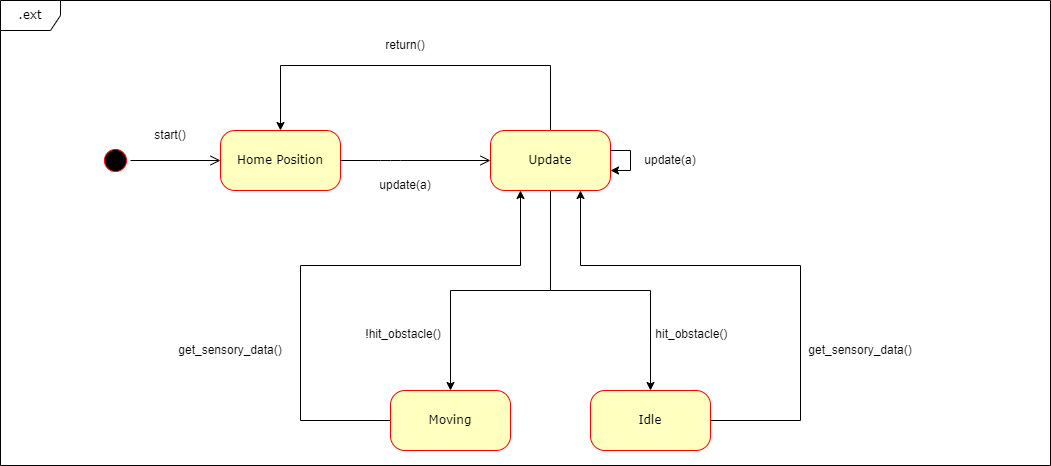
Earlier version of the draw.io export misc/diagrams/external_state_diagram.png (filkata123/RSSTP). Source tidied: cells renumbered, new cells last; positions are measured from the earlier drawing's top-left corner, leaving out a move shared by most shapes. Its diagram source:
```xml
<mxGraphModel>
  <root>
    <mxCell id="0" />
    <mxCell id="1" parent="0" />
    <mxCell id="2" value=".ext" style="shape=umlFrame;whiteSpace=wrap;html=1;rounded=1;shadow=0;comic=0;labelBackgroundColor=none;strokeWidth=1;fontFamily=Verdana;fontSize=12;align=center;" parent="1" vertex="1">
      <mxGeometry width="1050" height="465" as="geometry" />
    </mxCell>
    <mxCell id="3" style="ellipse;html=1;shape=startState;fillColor=#000000;strokeColor=#ff0000;rounded=1;shadow=0;comic=0;labelBackgroundColor=none;fontFamily=Verdana;fontSize=12;fontColor=#000000;align=center;direction=south;" parent="1" vertex="1">
      <mxGeometry x="100" y="145" width="30" height="30" as="geometry" />
    </mxCell>
    <mxCell id="4" value="Home Position" style="rounded=1;whiteSpace=wrap;html=1;arcSize=24;fillColor=#ffffc0;strokeColor=#ff0000;shadow=0;comic=0;labelBackgroundColor=none;fontFamily=Verdana;fontSize=12;fontColor=#000000;align=center;" parent="1" vertex="1">
      <mxGeometry x="220" y="130" width="120" height="60" as="geometry" />
    </mxCell>
    <mxCell id="5" style="edgeStyle=orthogonalEdgeStyle;rounded=0;jettySize=auto;html=1;" parent="1" edge="1" source="8" target="15">
      <mxGeometry relative="1" as="geometry" />
    </mxCell>
    <mxCell id="6" style="edgeStyle=orthogonalEdgeStyle;rounded=0;jettySize=auto;html=1;entryX=0.5;entryY=0;entryDx=0;entryDy=0;" parent="1" edge="1" source="8" target="17">
      <mxGeometry relative="1" as="geometry" />
    </mxCell>
    <mxCell id="7" style="edgeStyle=orthogonalEdgeStyle;rounded=0;jettySize=auto;html=1;exitX=0.5;exitY=0;exitDx=0;exitDy=0;strokeColor=#000000;" parent="1" edge="1" source="8" target="4">
      <mxGeometry relative="1" as="geometry">
        <Array as="points">
          <mxPoint x="550" y="65" />
          <mxPoint x="280" y="65" />
        </Array>
      </mxGeometry>
    </mxCell>
    <mxCell id="8" value="Update" style="rounded=1;whiteSpace=wrap;html=1;arcSize=24;fillColor=#ffffc0;strokeColor=#ff0000;shadow=0;comic=0;labelBackgroundColor=none;fontFamily=Verdana;fontSize=12;fontColor=#000000;align=center;" parent="1" vertex="1">
      <mxGeometry x="490" y="130" width="120" height="60" as="geometry" />
    </mxCell>
    <mxCell id="9" style="edgeStyle=orthogonalEdgeStyle;html=1;labelBackgroundColor=none;endArrow=open;endSize=8;strokeColor=#000000;fontFamily=Verdana;fontSize=12;align=left;" parent="1" edge="1" source="3" target="4">
      <mxGeometry relative="1" as="geometry" />
    </mxCell>
    <mxCell id="10" style="edgeStyle=orthogonalEdgeStyle;html=1;labelBackgroundColor=none;endArrow=open;endSize=8;strokeColor=#000000;fontFamily=Verdana;fontSize=12;align=left;entryX=0;entryY=0.5;entryDx=0;entryDy=0;exitX=1;exitY=0.5;exitDx=0;exitDy=0;" parent="1" edge="1" source="4" target="8">
      <mxGeometry relative="1" as="geometry">
        <Array as="points">
          <mxPoint x="390" y="160" />
          <mxPoint x="390" y="160" />
        </Array>
      </mxGeometry>
    </mxCell>
    <mxCell id="11" value="start()" style="text;html=1;strokeColor=none;fillColor=none;align=center;verticalAlign=middle;whiteSpace=wrap;rounded=0;" parent="1" vertex="1">
      <mxGeometry x="140" y="120" width="60" height="30" as="geometry" />
    </mxCell>
    <mxCell id="12" value="return()" style="text;html=1;strokeColor=none;fillColor=none;align=center;verticalAlign=middle;whiteSpace=wrap;rounded=0;" parent="1" vertex="1">
      <mxGeometry x="375" y="30" width="60" height="30" as="geometry" />
    </mxCell>
    <mxCell id="13" value="get_sensory_data()" style="text;html=1;strokeColor=none;fillColor=none;align=center;verticalAlign=middle;whiteSpace=wrap;rounded=0;" parent="1" vertex="1">
      <mxGeometry x="200" y="335" width="60" height="30" as="geometry" />
    </mxCell>
    <mxCell id="14" style="edgeStyle=orthogonalEdgeStyle;rounded=0;jettySize=auto;html=1;entryX=0.25;entryY=1;entryDx=0;entryDy=0;" parent="1" edge="1" source="15" target="8">
      <mxGeometry relative="1" as="geometry">
        <Array as="points">
          <mxPoint x="300" y="420" />
          <mxPoint x="300" y="265" />
          <mxPoint x="520" y="265" />
        </Array>
      </mxGeometry>
    </mxCell>
    <mxCell id="15" value="Moving" style="rounded=1;whiteSpace=wrap;html=1;arcSize=24;fillColor=#ffffc0;strokeColor=#ff0000;shadow=0;comic=0;labelBackgroundColor=none;fontFamily=Verdana;fontSize=12;fontColor=#000000;align=center;" parent="1" vertex="1">
      <mxGeometry x="390" y="390" width="120" height="60" as="geometry" />
    </mxCell>
    <mxCell id="16" style="edgeStyle=orthogonalEdgeStyle;rounded=0;jettySize=auto;html=1;entryX=0.75;entryY=1;entryDx=0;entryDy=0;" parent="1" edge="1" source="17" target="8">
      <mxGeometry relative="1" as="geometry">
        <Array as="points">
          <mxPoint x="800" y="420" />
          <mxPoint x="800" y="265" />
          <mxPoint x="580" y="265" />
        </Array>
      </mxGeometry>
    </mxCell>
    <mxCell id="17" value="Idle" style="rounded=1;whiteSpace=wrap;html=1;arcSize=24;fillColor=#ffffc0;strokeColor=#ff0000;shadow=0;comic=0;labelBackgroundColor=none;fontFamily=Verdana;fontSize=12;fontColor=#000000;align=center;" parent="1" vertex="1">
      <mxGeometry x="590" y="390" width="120" height="60" as="geometry" />
    </mxCell>
    <mxCell id="18" value="&amp;nbsp;!hit_obstacle()" style="text;whiteSpace=wrap;html=1;" parent="1" vertex="1">
      <mxGeometry x="360" y="320" width="90" height="30" as="geometry" />
    </mxCell>
    <mxCell id="19" value="&amp;nbsp;hit_obstacle()" style="text;whiteSpace=wrap;html=1;" parent="1" vertex="1">
      <mxGeometry x="650" y="320" width="90" height="30" as="geometry" />
    </mxCell>
    <mxCell id="20" value="get_sensory_data()" style="text;html=1;strokeColor=none;fillColor=none;align=center;verticalAlign=middle;whiteSpace=wrap;rounded=0;" parent="1" vertex="1">
      <mxGeometry x="830" y="335" width="60" height="30" as="geometry" />
    </mxCell>
    <mxCell id="21" value="update(a)" style="text;html=1;strokeColor=none;fillColor=none;align=center;verticalAlign=middle;whiteSpace=wrap;rounded=0;" parent="1" vertex="1">
      <mxGeometry x="375" y="170" width="60" height="30" as="geometry" />
    </mxCell>
    <mxCell id="22" style="edgeStyle=orthogonalEdgeStyle;rounded=0;orthogonalLoop=1;jettySize=auto;html=1;" parent="1" edge="1" source="8" target="8">
      <mxGeometry relative="1" as="geometry" />
    </mxCell>
    <mxCell id="23" value="update(a)" style="text;html=1;strokeColor=none;fillColor=none;align=center;verticalAlign=middle;whiteSpace=wrap;rounded=0;" parent="1" vertex="1">
      <mxGeometry x="640" y="145" width="60" height="30" as="geometry" />
    </mxCell>
  </root>
</mxGraphModel>
```
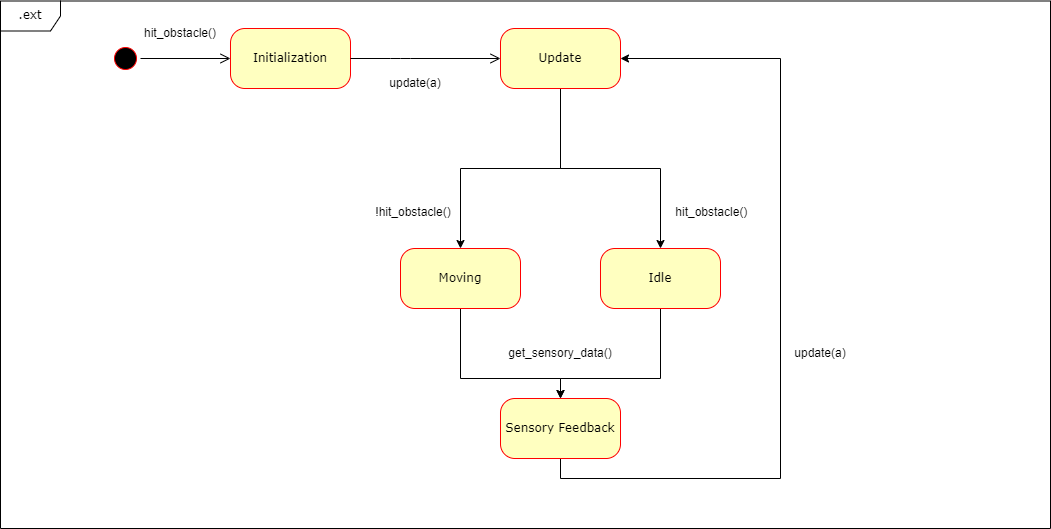
Above is the later version.

The edit, as a diff of the source:
```diff
@@ -3,12 +3,12 @@
     <mxCell id="0" />
     <mxCell id="1" parent="0" />
     <mxCell id="2" value=".ext" style="shape=umlFrame;whiteSpace=wrap;html=1;rounded=1;shadow=0;comic=0;labelBackgroundColor=none;strokeWidth=1;fontFamily=Verdana;fontSize=12;align=center;" parent="1" vertex="1">
-      <mxGeometry width="1050" height="465" as="geometry" />
+      <mxGeometry x="-10" y="102.5" width="1050" height="527.5" as="geometry" />
     </mxCell>
     <mxCell id="3" style="ellipse;html=1;shape=startState;fillColor=#000000;strokeColor=#ff0000;rounded=1;shadow=0;comic=0;labelBackgroundColor=none;fontFamily=Verdana;fontSize=12;fontColor=#000000;align=center;direction=south;" parent="1" vertex="1">
       <mxGeometry x="100" y="145" width="30" height="30" as="geometry" />
     </mxCell>
-    <mxCell id="4" value="Home Position" style="rounded=1;whiteSpace=wrap;html=1;arcSize=24;fillColor=#ffffc0;strokeColor=#ff0000;shadow=0;comic=0;labelBackgroundColor=none;fontFamily=Verdana;fontSize=12;fontColor=#000000;align=center;" parent="1" vertex="1">
+    <mxCell id="4" value="Initialization" style="rounded=1;whiteSpace=wrap;html=1;arcSize=24;fillColor=#ffffc0;strokeColor=#ff0000;shadow=0;comic=0;labelBackgroundColor=none;fontFamily=Verdana;fontSize=12;fontColor=#000000;align=center;" parent="1" vertex="1">
       <mxGeometry x="220" y="130" width="120" height="60" as="geometry" />
     </mxCell>
     <mxCell id="5" style="edgeStyle=orthogonalEdgeStyle;rounded=0;jettySize=auto;html=1;" parent="1" edge="1" source="8" target="15">
@@ -17,14 +17,6 @@
     <mxCell id="6" style="edgeStyle=orthogonalEdgeStyle;rounded=0;jettySize=auto;html=1;entryX=0.5;entryY=0;entryDx=0;entryDy=0;" parent="1" edge="1" source="8" target="17">
       <mxGeometry relative="1" as="geometry" />
     </mxCell>
-    <mxCell id="7" style="edgeStyle=orthogonalEdgeStyle;rounded=0;jettySize=auto;html=1;exitX=0.5;exitY=0;exitDx=0;exitDy=0;strokeColor=#000000;" parent="1" edge="1" source="8" target="4">
-      <mxGeometry relative="1" as="geometry">
-        <Array as="points">
-          <mxPoint x="550" y="65" />
-          <mxPoint x="280" y="65" />
-        </Array>
-      </mxGeometry>
-    </mxCell>
     <mxCell id="8" value="Update" style="rounded=1;whiteSpace=wrap;html=1;arcSize=24;fillColor=#ffffc0;strokeColor=#ff0000;shadow=0;comic=0;labelBackgroundColor=none;fontFamily=Verdana;fontSize=12;fontColor=#000000;align=center;" parent="1" vertex="1">
       <mxGeometry x="490" y="130" width="120" height="60" as="geometry" />
     </mxCell>
@@ -39,56 +31,57 @@
         </Array>
       </mxGeometry>
     </mxCell>
-    <mxCell id="11" value="start()" style="text;html=1;strokeColor=none;fillColor=none;align=center;verticalAlign=middle;whiteSpace=wrap;rounded=0;" parent="1" vertex="1">
-      <mxGeometry x="140" y="120" width="60" height="30" as="geometry" />
+    <mxCell id="11" value="hit_obstacle()" style="text;html=1;strokeColor=none;fillColor=none;align=center;verticalAlign=middle;whiteSpace=wrap;rounded=0;" parent="1" vertex="1">
+      <mxGeometry x="130" y="120" width="80" height="30" as="geometry" />
     </mxCell>
-    <mxCell id="12" value="return()" style="text;html=1;strokeColor=none;fillColor=none;align=center;verticalAlign=middle;whiteSpace=wrap;rounded=0;" parent="1" vertex="1">
-      <mxGeometry x="375" y="30" width="60" height="30" as="geometry" />
-    </mxCell>
-    <mxCell id="13" value="get_sensory_data()" style="text;html=1;strokeColor=none;fillColor=none;align=center;verticalAlign=middle;whiteSpace=wrap;rounded=0;" parent="1" vertex="1">
-      <mxGeometry x="200" y="335" width="60" height="30" as="geometry" />
-    </mxCell>
-    <mxCell id="14" style="edgeStyle=orthogonalEdgeStyle;rounded=0;jettySize=auto;html=1;entryX=0.25;entryY=1;entryDx=0;entryDy=0;" parent="1" edge="1" source="15" target="8">
-      <mxGeometry relative="1" as="geometry">
-        <Array as="points">
-          <mxPoint x="300" y="420" />
-          <mxPoint x="300" y="265" />
-          <mxPoint x="520" y="265" />
-        </Array>
-      </mxGeometry>
-    </mxCell>
+    <mxCell id="24" style="edgeStyle=orthogonalEdgeStyle;rounded=0;jettySize=auto;html=1;exitX=0.5;exitY=1;exitDx=0;exitDy=0;entryX=0.5;entryY=0;entryDx=0;entryDy=0;" parent="1" edge="1" source="15" target="27">
+      <mxGeometry relative="1" as="geometry">
+        <Array as="points">
+          <mxPoint x="450" y="480" />
+          <mxPoint x="550" y="480" />
+        </Array>
+      </mxGeometry>
+    </mxCell>
     <mxCell id="15" value="Moving" style="rounded=1;whiteSpace=wrap;html=1;arcSize=24;fillColor=#ffffc0;strokeColor=#ff0000;shadow=0;comic=0;labelBackgroundColor=none;fontFamily=Verdana;fontSize=12;fontColor=#000000;align=center;" parent="1" vertex="1">
-      <mxGeometry x="390" y="390" width="120" height="60" as="geometry" />
+      <mxGeometry x="390" y="350" width="120" height="60" as="geometry" />
     </mxCell>
-    <mxCell id="16" style="edgeStyle=orthogonalEdgeStyle;rounded=0;jettySize=auto;html=1;entryX=0.75;entryY=1;entryDx=0;entryDy=0;" parent="1" edge="1" source="17" target="8">
-      <mxGeometry relative="1" as="geometry">
-        <Array as="points">
-          <mxPoint x="800" y="420" />
-          <mxPoint x="800" y="265" />
-          <mxPoint x="580" y="265" />
-        </Array>
-      </mxGeometry>
-    </mxCell>
+    <mxCell id="25" style="edgeStyle=orthogonalEdgeStyle;rounded=0;jettySize=auto;html=1;exitX=0.5;exitY=1;exitDx=0;exitDy=0;entryX=0.5;entryY=0;entryDx=0;entryDy=0;" parent="1" edge="1" source="17" target="27">
+      <mxGeometry relative="1" as="geometry">
+        <Array as="points">
+          <mxPoint x="650" y="480" />
+          <mxPoint x="550" y="480" />
+        </Array>
+      </mxGeometry>
+    </mxCell>
     <mxCell id="17" value="Idle" style="rounded=1;whiteSpace=wrap;html=1;arcSize=24;fillColor=#ffffc0;strokeColor=#ff0000;shadow=0;comic=0;labelBackgroundColor=none;fontFamily=Verdana;fontSize=12;fontColor=#000000;align=center;" parent="1" vertex="1">
-      <mxGeometry x="590" y="390" width="120" height="60" as="geometry" />
+      <mxGeometry x="590" y="350" width="120" height="60" as="geometry" />
     </mxCell>
     <mxCell id="18" value="&amp;nbsp;!hit_obstacle()" style="text;whiteSpace=wrap;html=1;" parent="1" vertex="1">
-      <mxGeometry x="360" y="320" width="90" height="30" as="geometry" />
+      <mxGeometry x="360" y="300" width="90" height="30" as="geometry" />
     </mxCell>
     <mxCell id="19" value="&amp;nbsp;hit_obstacle()" style="text;whiteSpace=wrap;html=1;" parent="1" vertex="1">
-      <mxGeometry x="650" y="320" width="90" height="30" as="geometry" />
+      <mxGeometry x="660" y="300" width="90" height="30" as="geometry" />
     </mxCell>
     <mxCell id="20" value="get_sensory_data()" style="text;html=1;strokeColor=none;fillColor=none;align=center;verticalAlign=middle;whiteSpace=wrap;rounded=0;" parent="1" vertex="1">
-      <mxGeometry x="830" y="335" width="60" height="30" as="geometry" />
+      <mxGeometry x="520" y="440" width="60" height="30" as="geometry" />
     </mxCell>
     <mxCell id="21" value="update(a)" style="text;html=1;strokeColor=none;fillColor=none;align=center;verticalAlign=middle;whiteSpace=wrap;rounded=0;" parent="1" vertex="1">
       <mxGeometry x="375" y="170" width="60" height="30" as="geometry" />
     </mxCell>
-    <mxCell id="22" style="edgeStyle=orthogonalEdgeStyle;rounded=0;orthogonalLoop=1;jettySize=auto;html=1;" parent="1" edge="1" source="8" target="8">
-      <mxGeometry relative="1" as="geometry" />
-    </mxCell>
+    <mxCell id="26" style="edgeStyle=orthogonalEdgeStyle;rounded=0;jettySize=auto;html=1;exitX=0.5;exitY=1;exitDx=0;exitDy=0;" parent="1" edge="1" source="27" target="8">
+      <mxGeometry relative="1" as="geometry">
+        <Array as="points">
+          <mxPoint x="550" y="580" />
+          <mxPoint x="770" y="580" />
+          <mxPoint x="770" y="160" />
+        </Array>
+      </mxGeometry>
+    </mxCell>
+    <mxCell id="27" value="Sensory Feedback" style="rounded=1;whiteSpace=wrap;html=1;arcSize=24;fillColor=#ffffc0;strokeColor=#ff0000;shadow=0;comic=0;labelBackgroundColor=none;fontFamily=Verdana;fontSize=12;fontColor=#000000;align=center;" parent="1" vertex="1">
+      <mxGeometry x="490" y="500" width="120" height="60" as="geometry" />
+    </mxCell>
     <mxCell id="23" value="update(a)" style="text;html=1;strokeColor=none;fillColor=none;align=center;verticalAlign=middle;whiteSpace=wrap;rounded=0;" parent="1" vertex="1">
-      <mxGeometry x="640" y="145" width="60" height="30" as="geometry" />
+      <mxGeometry x="780" y="440" width="60" height="30" as="geometry" />
     </mxCell>
   </root>
 </mxGraphModel>
```
